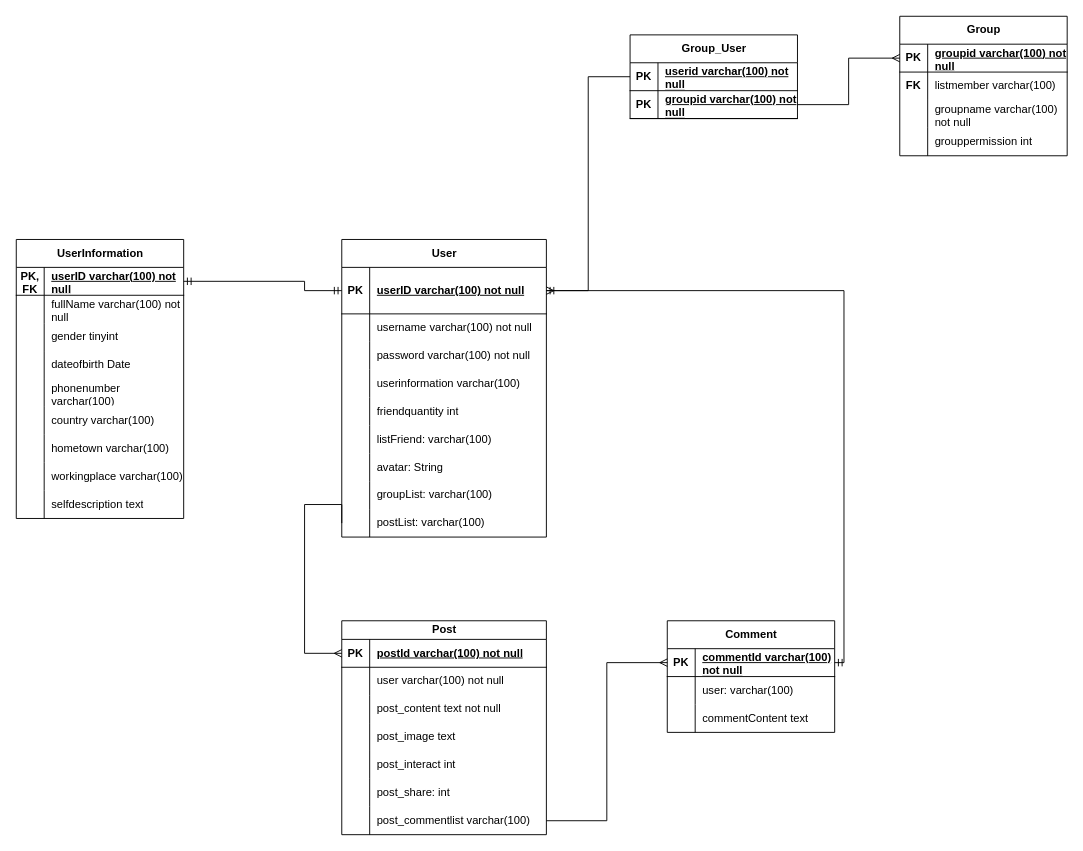
Earlier version of the draw.io diagram UML/ERD Diagram/ERD.drawio (TriTin2110/Facebook). Source tidied: cells renumbered, new cells numbered last; positions are measured from the earlier drawing's top-left corner, leaving out a move shared by most shapes. Both pictures are drawn from the tidied source at 93%, with x=0, y=0 at pixel (16, 16).
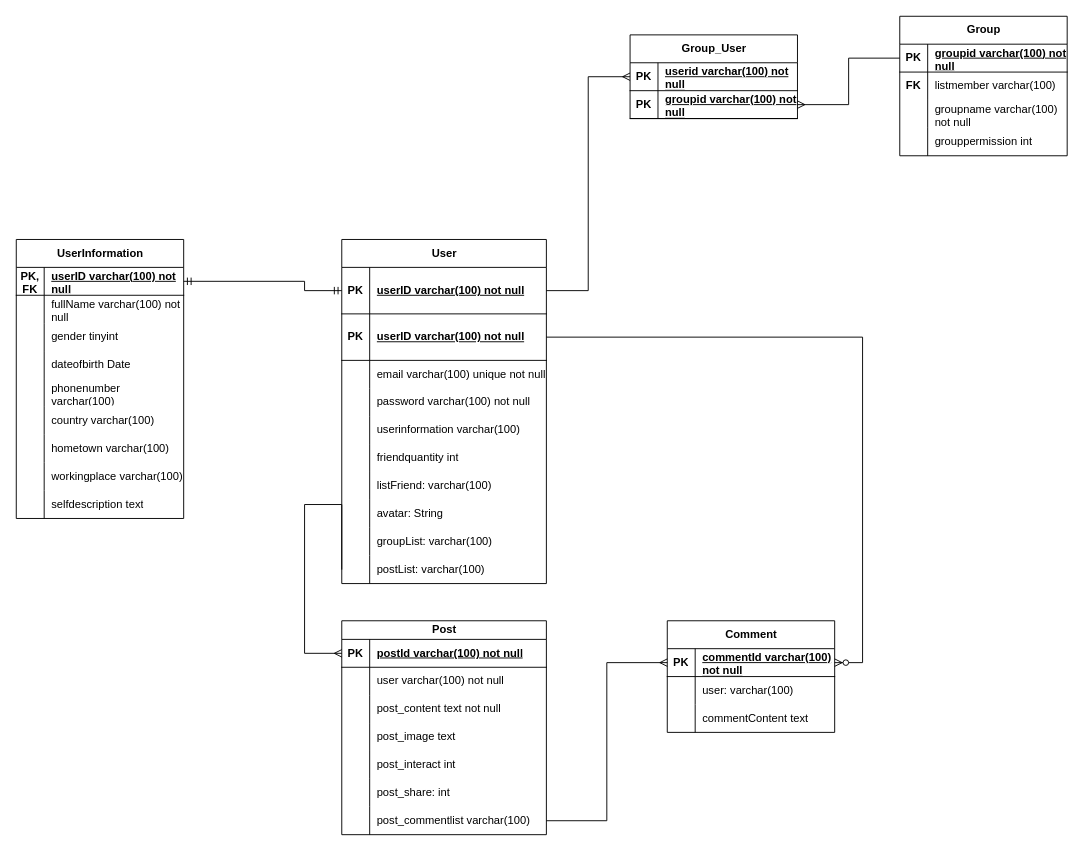
Above is the later version.

The change refers to these unchanged cells:
```xml
<mxCell id="3" style="shape=tableRow;horizontal=0;startSize=0;swimlaneHead=0;swimlaneBody=0;fillColor=none;points=[[0,0.5],[1,0.5]];portConstraint=eastwest;top=0;left=0;right=0;bottom=1;" parent="2" vertex="1">
  <mxGeometry y="30" width="220" height="50" as="geometry" />
</mxCell>
<mxCell id="60" style="shape=tableRow;horizontal=0;startSize=0;swimlaneHead=0;swimlaneBody=0;fillColor=none;points=[[0,0.5],[1,0.5]];portConstraint=eastwest;top=0;left=0;right=0;bottom=1;" parent="59" vertex="1">
  <mxGeometry y="30" width="180" height="30" as="geometry" />
</mxCell>
<mxCell id="73" style="shape=tableRow;horizontal=0;startSize=0;swimlaneHead=0;swimlaneBody=0;fillColor=none;points=[[0,0.5],[1,0.5]];portConstraint=eastwest;top=0;left=0;right=0;bottom=1;" parent="72" vertex="1">
  <mxGeometry y="30" width="180" height="30" as="geometry" />
</mxCell>
<mxCell id="76" style="shape=tableRow;horizontal=0;startSize=0;swimlaneHead=0;swimlaneBody=0;fillColor=none;points=[[0,0.5],[1,0.5]];portConstraint=eastwest;top=0;left=0;right=0;bottom=1;" parent="72" vertex="1">
  <mxGeometry y="60" width="180" height="30" as="geometry" />
</mxCell>
<mxCell id="105" style="shape=tableRow;horizontal=0;startSize=0;swimlaneHead=0;swimlaneBody=0;fillColor=none;points=[[0,0.5],[1,0.5]];portConstraint=eastwest;top=0;left=0;right=0;bottom=1;" parent="104" vertex="1">
  <mxGeometry y="30" width="180" height="30" as="geometry" />
</mxCell>
```

The edit, as a diff of the source:
```diff
@@
     <mxCell id="2" value="User" style="shape=table;startSize=30;childLayout=tableLayout;rowLines=0;fontStyle=1;align=center;html=1;" parent="1" vertex="1">
-      <mxGeometry x="350" y="240" width="220" height="320" as="geometry" />
+      <mxGeometry x="350" y="240" width="220" height="370" as="geometry" />
     </mxCell>
@@
+    <mxCell id="116" style="shape=tableRow;horizontal=0;startSize=0;swimlaneHead=0;swimlaneBody=0;fillColor=none;points=[[0,0.5],[1,0.5]];portConstraint=eastwest;top=0;left=0;right=0;bottom=1;" parent="2" vertex="1">
+      <mxGeometry y="80" width="220" height="50" as="geometry" />
+    </mxCell>
+    <mxCell id="117" value="PK" style="shape=partialRectangle;fillColor=none;top=0;left=0;bottom=0;right=0;fontStyle=1;overflow=hidden;whiteSpace=wrap;html=1;" parent="116" vertex="1">
+      <mxGeometry width="30" height="50" as="geometry" />
+    </mxCell>
+    <mxCell id="118" value="userID varchar(100) not null" style="shape=partialRectangle;fillColor=none;top=0;left=0;bottom=0;right=0;align=left;spacingLeft=6;fontStyle=5;overflow=hidden;whiteSpace=wrap;html=1;" parent="116" vertex="1">
+      <mxGeometry x="30" width="190" height="50" as="geometry" />
+    </mxCell>
     <mxCell id="6" style="shape=tableRow;horizontal=0;startSize=0;swimlaneHead=0;swimlaneBody=0;fillColor=none;top=0;left=0;right=0;bottom=0;" parent="2" vertex="1">
-      <mxGeometry y="80" width="220" height="30" as="geometry" />
+      <mxGeometry y="130" width="220" height="30" as="geometry" />
     </mxCell>
@@
-    <mxCell id="8" value="username varchar(100) not null" style="shape=partialRectangle;fillColor=none;top=0;left=0;bottom=0;right=0;align=left;spacingLeft=6;overflow=hidden;whiteSpace=wrap;html=1;" parent="6" vertex="1">
+    <mxCell id="8" value="email varchar(100) unique not null" style="shape=partialRectangle;fillColor=none;top=0;left=0;bottom=0;right=0;align=left;spacingLeft=6;overflow=hidden;whiteSpace=wrap;html=1;" parent="6" vertex="1">
       <mxGeometry x="30" width="190" height="30" as="geometry" />
     </mxCell>
     <mxCell id="9" style="shape=tableRow;horizontal=0;startSize=0;swimlaneHead=0;swimlaneBody=0;fillColor=none;top=0;left=0;right=0;bottom=0;" parent="2" vertex="1">
-      <mxGeometry y="110" width="220" height="30" as="geometry" />
+      <mxGeometry y="160" width="220" height="30" as="geometry" />
     </mxCell>
@@
     <mxCell id="12" style="shape=tableRow;horizontal=0;startSize=0;swimlaneHead=0;swimlaneBody=0;fillColor=none;top=0;left=0;right=0;bottom=0;" parent="2" vertex="1">
-      <mxGeometry y="140" width="220" height="30" as="geometry" />
+      <mxGeometry y="190" width="220" height="30" as="geometry" />
     </mxCell>
@@
     <mxCell id="15" style="shape=tableRow;horizontal=0;startSize=0;swimlaneHead=0;swimlaneBody=0;fillColor=none;top=0;left=0;right=0;bottom=0;" parent="2" vertex="1">
-      <mxGeometry y="170" width="220" height="30" as="geometry" />
+      <mxGeometry y="220" width="220" height="30" as="geometry" />
     </mxCell>
@@
     <mxCell id="18" style="shape=tableRow;horizontal=0;startSize=0;swimlaneHead=0;swimlaneBody=0;fillColor=none;top=0;left=0;right=0;bottom=0;" parent="2" vertex="1">
-      <mxGeometry y="200" width="220" height="30" as="geometry" />
+      <mxGeometry y="250" width="220" height="30" as="geometry" />
     </mxCell>
@@
     <mxCell id="21" style="shape=tableRow;horizontal=0;startSize=0;swimlaneHead=0;swimlaneBody=0;fillColor=none;top=0;left=0;right=0;bottom=0;" parent="2" vertex="1">
-      <mxGeometry y="230" width="220" height="30" as="geometry" />
+      <mxGeometry y="280" width="220" height="30" as="geometry" />
     </mxCell>
@@
     <mxCell id="24" style="shape=tableRow;horizontal=0;startSize=0;swimlaneHead=0;swimlaneBody=0;fillColor=none;top=0;left=0;right=0;bottom=0;" parent="2" vertex="1">
-      <mxGeometry y="260" width="220" height="30" as="geometry" />
+      <mxGeometry y="310" width="220" height="30" as="geometry" />
     </mxCell>
@@
     <mxCell id="27" style="shape=tableRow;horizontal=0;startSize=0;swimlaneHead=0;swimlaneBody=0;fillColor=none;points=[[0,0.5],[1,0.5]];portConstraint=eastwest;top=0;left=0;right=0;bottom=0;" parent="2" vertex="1">
-      <mxGeometry y="290" width="220" height="30" as="geometry" />
+      <mxGeometry y="340" width="220" height="30" as="geometry" />
     </mxCell>
@@
-    <mxCell id="79" style="edgeStyle=orthogonalEdgeStyle;fontSize=12;html=1;endArrow=ERmany;rounded=0;exitX=1;exitY=0.5;exitDx=0;exitDy=0;" parent="1" edge="1" source="76" target="60">
+    <mxCell id="79" style="edgeStyle=orthogonalEdgeStyle;fontSize=12;html=1;endArrow=ERmany;rounded=0;" parent="1" edge="1" source="60" target="76">
       <mxGeometry relative="1" as="geometry" />
     </mxCell>
-    <mxCell id="80" style="edgeStyle=orthogonalEdgeStyle;fontSize=12;html=1;endArrow=ERmany;rounded=0;exitX=0;exitY=0.5;exitDx=0;exitDy=0;entryX=1;entryY=0.5;entryDx=0;entryDy=0;" parent="1" edge="1" source="73" target="3">
+    <mxCell id="80" style="edgeStyle=orthogonalEdgeStyle;fontSize=12;html=1;endArrow=ERmany;rounded=0;" parent="1" edge="1" source="3" target="73">
       <mxGeometry relative="1" as="geometry" />
     </mxCell>
@@
-    <mxCell id="115" style="edgeStyle=orthogonalEdgeStyle;fontSize=12;html=1;endArrow=ERmandOne;startArrow=ERmandOne;rounded=0;exitX=1;exitY=0.5;exitDx=0;exitDy=0;entryX=1;entryY=0.5;entryDx=0;entryDy=0;" parent="1" edge="1" source="105" target="3">
-      <mxGeometry relative="1" as="geometry" />
-    </mxCell>
+    <mxCell id="119" style="edgeStyle=orthogonalEdgeStyle;fontSize=12;html=1;endArrow=ERzeroToMany;endFill=1;rounded=0;entryX=1;entryY=0.5;entryDx=0;entryDy=0;" parent="1" edge="1" source="116" target="105">
+      <mxGeometry relative="1" as="geometry">
+        <Array as="points">
+          <mxPoint x="910" y="345" />
+          <mxPoint x="910" y="695" />
+        </Array>
+      </mxGeometry>
+    </mxCell>
```
